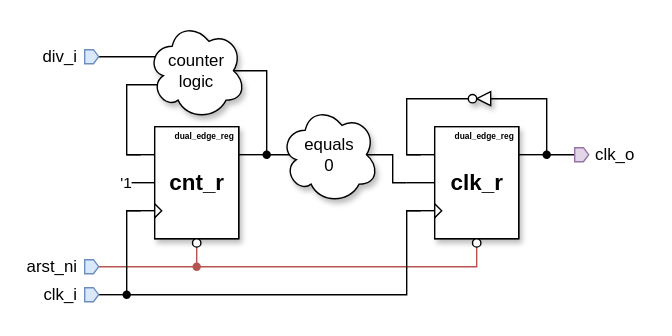
This is document/clk_div.svg from ADN-VLSI/SC-SoC, a draw.io export, as it was before one commit. Source tidied: cells renumbered, new cells last; positions are measured from the earlier drawing's top-left corner, leaving out a move shared by most shapes.
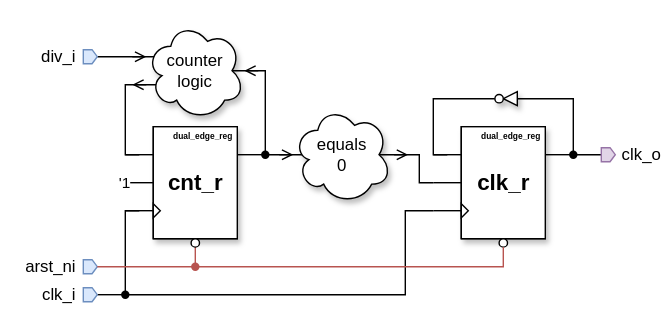
The same file after the commit.

What changed in the source:
```diff
@@ -9,7 +9,7 @@
       <mxGeometry x="110" y="90" width="60" height="80" as="geometry" />
     </mxCell>
     <mxCell id="4" style="whiteSpace=wrap;html=1;fontFamily=Helvetica;fontSize=11;fontColor=default;labelBackgroundColor=default;shadow=1;" parent="1" vertex="1">
-      <mxGeometry x="310" y="90" width="60" height="80" as="geometry" />
+      <mxGeometry x="330" y="90" width="60" height="80" as="geometry" />
     </mxCell>
     <mxCell id="5" style="group;" parent="1" vertex="1">
       <mxGeometry x="90" y="90" width="100" height="86" as="geometry" />
@@ -59,7 +59,7 @@
       <mxGeometry x="20" y="25" width="60" height="30" as="geometry" />
     </mxCell>
     <mxCell id="16" style="group;" parent="1" vertex="1">
-      <mxGeometry x="290" y="90" width="100" height="86" as="geometry" />
+      <mxGeometry x="310" y="90" width="100" height="86" as="geometry" />
     </mxCell>
     <mxCell id="17" style="whiteSpace=wrap;html=1;" parent="16" vertex="1">
       <mxGeometry x="20" width="60" height="80" as="geometry" />
@@ -88,14 +88,6 @@
     <mxCell id="22" style="triangle;whiteSpace=wrap;html=1;" parent="16" vertex="1">
       <mxGeometry x="20" y="55" width="5" height="10" as="geometry" />
     </mxCell>
-    <mxCell id="23" style="edgeStyle=orthogonalEdgeStyle;shape=connector;rounded=0;html=1;strokeColor=#b85450;align=center;verticalAlign=middle;fontFamily=Helvetica;fontSize=11;fontColor=default;labelBackgroundColor=default;endArrow=none;endFill=0;fillColor=#f8cecc;" parent="16" edge="1" source="24">
-      <mxGeometry relative="1" as="geometry">
-        <mxPoint x="-220" y="100" as="targetPoint" />
-        <Array as="points">
-          <mxPoint x="50" y="100" />
-        </Array>
-      </mxGeometry>
-    </mxCell>
     <mxCell id="24" style="ellipse;whiteSpace=wrap;html=1;" parent="16" vertex="1">
       <mxGeometry x="47" y="80" width="6" height="6" as="geometry" />
     </mxCell>
@@ -112,7 +104,7 @@
       <mxGeometry relative="1" as="geometry" />
     </mxCell>
     <mxCell id="28" value="clk_o" style="shape=offPageConnector;whiteSpace=wrap;html=1;direction=north;fillColor=#e1d5e7;strokeColor=#9673a6;align=left;spacing=15;" parent="1" vertex="1">
-      <mxGeometry x="410" y="105" width="10" height="10" as="geometry" />
+      <mxGeometry x="430" y="105" width="10" height="10" as="geometry" />
     </mxCell>
     <mxCell id="29" style="edgeStyle=orthogonalEdgeStyle;html=1;rounded=0;endArrow=none;endFill=0;" parent="1" edge="1">
       <mxGeometry relative="1" as="geometry">
@@ -127,10 +119,10 @@
     </mxCell>
     <mxCell id="30" style="edgeStyle=orthogonalEdgeStyle;shape=connector;rounded=0;html=1;strokeColor=default;align=center;verticalAlign=middle;fontFamily=Helvetica;fontSize=11;fontColor=default;labelBackgroundColor=default;endArrow=none;endFill=0;" parent="1" edge="1" source="31">
       <mxGeometry relative="1" as="geometry">
-        <mxPoint x="290" y="130" as="targetPoint" />
+        <mxPoint x="310" y="130" as="targetPoint" />
         <Array as="points">
-          <mxPoint x="280" y="110" />
-          <mxPoint x="280" y="130" />
+          <mxPoint x="300" y="110" />
+          <mxPoint x="300" y="130" />
         </Array>
       </mxGeometry>
     </mxCell>
@@ -148,21 +140,21 @@
     </mxCell>
     <mxCell id="33" style="edgeStyle=orthogonalEdgeStyle;shape=connector;rounded=0;html=1;strokeColor=default;align=center;verticalAlign=middle;fontFamily=Helvetica;fontSize=11;fontColor=default;labelBackgroundColor=default;endArrow=none;endFill=0;" parent="1" edge="1" source="48">
       <mxGeometry relative="1" as="geometry">
-        <mxPoint x="300" y="110" as="targetPoint" />
+        <mxPoint x="320" y="110" as="targetPoint" />
         <Array as="points">
-          <mxPoint x="290" y="70" />
-          <mxPoint x="290" y="110" />
+          <mxPoint x="310" y="70" />
+          <mxPoint x="310" y="110" />
         </Array>
       </mxGeometry>
     </mxCell>
     <mxCell id="34" style="shape=waypoint;sketch=0;size=6;points=[];fillColor=none;perimeter=centerPerimeter;snapToPoint=1;fontFamily=Helvetica;fontSize=11;fontColor=default;labelBackgroundColor=default;" parent="1" vertex="1">
-      <mxGeometry x="380" y="100" width="20" height="20" as="geometry" />
+      <mxGeometry x="400" y="100" width="20" height="20" as="geometry" />
     </mxCell>
     <mxCell id="35" style="edgeStyle=orthogonalEdgeStyle;shape=connector;rounded=0;html=1;entryX=0.316;entryY=0.162;entryDx=0;entryDy=0;entryPerimeter=0;strokeColor=default;align=center;verticalAlign=middle;fontFamily=Helvetica;fontSize=11;fontColor=default;labelBackgroundColor=default;endArrow=none;endFill=0;" parent="1" edge="1" source="47" target="34">
       <mxGeometry relative="1" as="geometry" />
     </mxCell>
     <mxCell id="36" value="equals&lt;div&gt;0&lt;/div&gt;" style="ellipse;shape=cloud;whiteSpace=wrap;html=1;shadow=1;" parent="1" vertex="1">
-      <mxGeometry x="200" y="75" width="70" height="70" as="geometry" />
+      <mxGeometry x="210" y="75" width="70" height="70" as="geometry" />
     </mxCell>
     <mxCell id="37" style="shape=waypoint;sketch=0;size=6;fillColor=#f8cecc;perimeter=centerPerimeter;fontFamily=Helvetica;fontSize=11;labelBackgroundColor=default;strokeColor=#b85450;" parent="1" vertex="1">
       <mxGeometry x="130" y="180" width="20" height="20" as="geometry" />
@@ -170,7 +162,7 @@
     <mxCell id="38" style="edgeStyle=none;orthogonalLoop=1;jettySize=auto;html=1;rounded=0;strokeColor=default;align=center;verticalAlign=middle;fontFamily=Helvetica;fontSize=11;fontColor=default;labelBackgroundColor=default;endArrow=none;endFill=0;" parent="1" edge="1">
       <mxGeometry relative="1" as="geometry">
         <mxPoint x="100" y="150" as="sourcePoint" />
-        <mxPoint x="300" y="150" as="targetPoint" />
+        <mxPoint x="310" y="150" as="targetPoint" />
         <Array as="points">
           <mxPoint x="90" y="150" />
           <mxPoint x="90" y="210" />
@@ -208,10 +200,47 @@
       <mxGeometry x="105" y="15" width="70" height="70" as="geometry" />
     </mxCell>
     <mxCell id="47" style="triangle;whiteSpace=wrap;html=1;fontFamily=Helvetica;fontSize=11;fontColor=default;labelBackgroundColor=default;direction=west;shadow=1;" parent="1" vertex="1">
-      <mxGeometry x="340" y="65" width="10" height="10" as="geometry" />
+      <mxGeometry x="360" y="65" width="10" height="10" as="geometry" />
     </mxCell>
     <mxCell id="48" style="ellipse;whiteSpace=wrap;html=1;shadow=1;" parent="1" vertex="1">
-      <mxGeometry x="334" y="67" width="6" height="6" as="geometry" />
+      <mxGeometry x="354" y="67" width="6" height="6" as="geometry" />
     </mxCell>
+    <mxCell id="49" style="edgeStyle=none;orthogonalLoop=1;jettySize=auto;html=1;endArrow=open;endFill=0;" parent="1" edge="1">
+      <mxGeometry relative="1" as="geometry">
+        <mxPoint x="105" y="60" as="sourcePoint" />
+        <mxPoint x="95" y="60" as="targetPoint" />
+      </mxGeometry>
+    </mxCell>
+    <mxCell id="50" style="edgeStyle=none;orthogonalLoop=1;jettySize=auto;html=1;endArrow=open;endFill=0;" parent="1" edge="1">
+      <mxGeometry relative="1" as="geometry">
+        <mxPoint x="95" y="40" as="sourcePoint" />
+        <mxPoint x="105" y="40" as="targetPoint" />
+      </mxGeometry>
+    </mxCell>
+    <mxCell id="51" style="edgeStyle=none;orthogonalLoop=1;jettySize=auto;html=1;endArrow=open;endFill=0;" parent="1" edge="1">
+      <mxGeometry relative="1" as="geometry">
+        <mxPoint x="185" y="50" as="sourcePoint" />
+        <mxPoint x="175" y="50" as="targetPoint" />
+      </mxGeometry>
+    </mxCell>
+    <mxCell id="52" style="edgeStyle=none;orthogonalLoop=1;jettySize=auto;html=1;endArrow=open;endFill=0;" parent="1" edge="1">
+      <mxGeometry relative="1" as="geometry">
+        <mxPoint x="200" y="110" as="sourcePoint" />
+        <mxPoint x="210" y="110" as="targetPoint" />
+      </mxGeometry>
+    </mxCell>
+    <mxCell id="53" style="edgeStyle=none;orthogonalLoop=1;jettySize=auto;html=1;endArrow=open;endFill=0;" parent="1" edge="1">
+      <mxGeometry relative="1" as="geometry">
+        <mxPoint x="282" y="110" as="sourcePoint" />
+        <mxPoint x="292" y="110" as="targetPoint" />
+      </mxGeometry>
+    </mxCell>
+    <mxCell id="23" style="edgeStyle=orthogonalEdgeStyle;shape=connector;rounded=0;html=1;strokeColor=#b85450;align=center;verticalAlign=middle;fontFamily=Helvetica;fontSize=11;fontColor=default;labelBackgroundColor=default;endArrow=none;endFill=0;fillColor=#f8cecc;entryX=0.5;entryY=1;entryDx=0;entryDy=0;" parent="1" edge="1" source="24" target="43">
+      <mxGeometry relative="1" as="geometry">
+        <Array as="points">
+          <mxPoint x="360" y="190" />
+        </Array>
+      </mxGeometry>
+    </mxCell>
   </root>
 </mxGraphModel>
```
